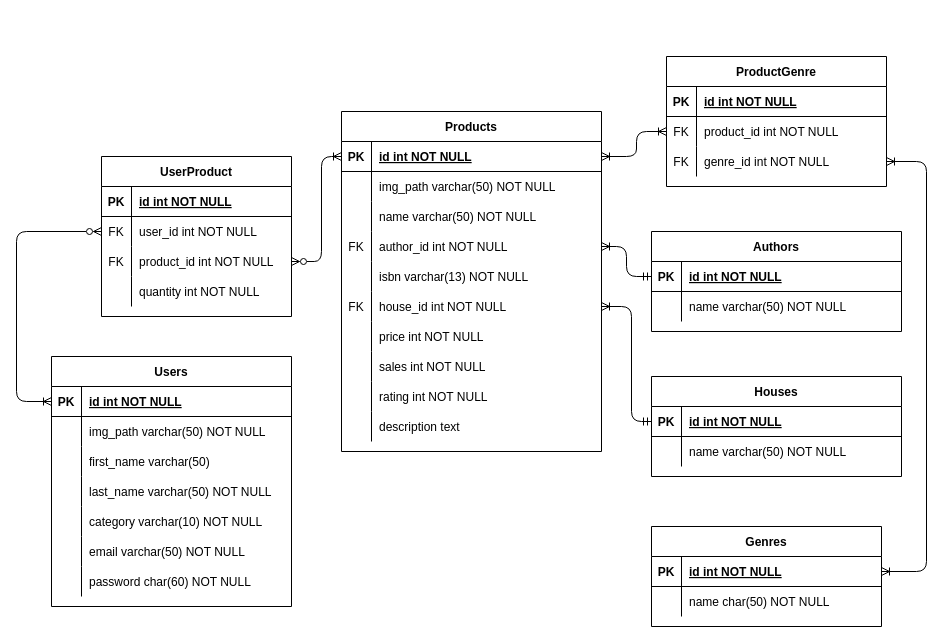
Before: sql/entity-diagram.drawio in mariadelrosario98/grupo_7_LSTANDSFORLIBROS, a draw.io diagram. Source tidied: cells renumbered, new cells numbered last; positions are measured from the earlier drawing's top-left corner, leaving out a move shared by most shapes. Both pictures are drawn from the tidied source at 100%, with x=0, y=0 at pixel (-89, 46).
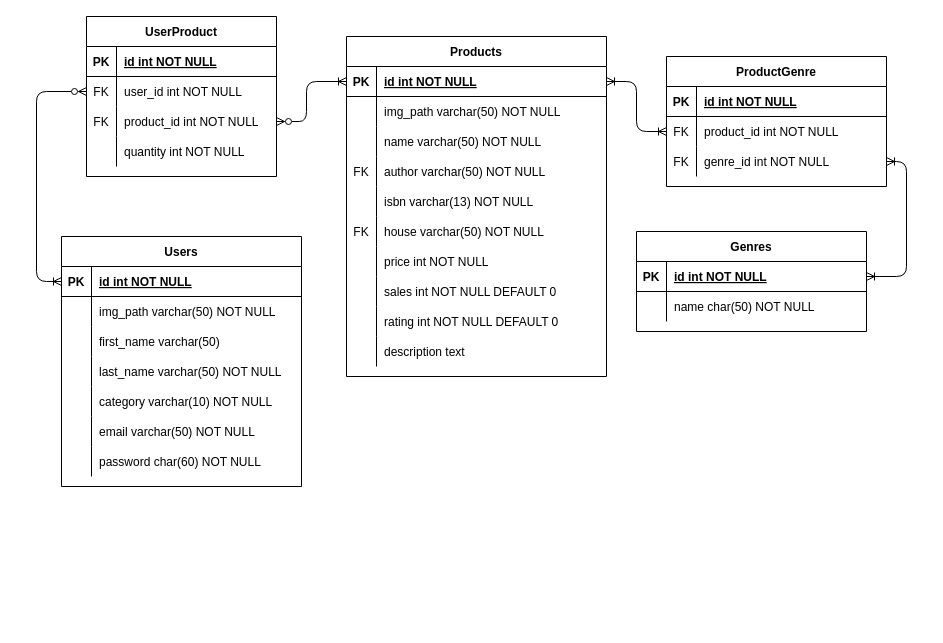
Above is the later version.

The change refers to these unchanged cells:
```xml
<mxCell id="3" style="shape=tableRow;horizontal=0;startSize=0;swimlaneHead=0;swimlaneBody=0;fillColor=none;points=[[0,0.5],[1,0.5]];portConstraint=eastwest;top=0;left=0;right=0;bottom=1;" parent="2" vertex="1">
  <mxGeometry y="30" width="240" height="30" as="geometry" />
</mxCell>
<mxCell id="32" style="shape=tableRow;horizontal=0;startSize=0;swimlaneHead=0;swimlaneBody=0;fillColor=none;points=[[0,0.5],[1,0.5]];portConstraint=eastwest;top=0;left=0;right=0;bottom=1;" parent="31" vertex="1">
  <mxGeometry y="30" width="230" height="30" as="geometry" />
</mxCell>
<mxCell id="39" style="shape=tableRow;horizontal=0;startSize=0;swimlaneHead=0;swimlaneBody=0;fillColor=none;points=[[0,0.5],[1,0.5]];portConstraint=eastwest;top=0;left=0;right=0;bottom=1;" parent="38" vertex="1">
  <mxGeometry y="30" width="260" height="30" as="geometry" />
</mxCell>
<mxCell id="48" style="shape=tableRow;horizontal=0;startSize=0;swimlaneHead=0;swimlaneBody=0;fillColor=none;points=[[0,0.5],[1,0.5]];portConstraint=eastwest;top=0;left=0;right=0;bottom=0;" parent="38" vertex="1">
  <mxGeometry y="120" width="260" height="30" as="geometry" />
</mxCell>
<mxCell id="54" style="shape=tableRow;horizontal=0;startSize=0;swimlaneHead=0;swimlaneBody=0;fillColor=none;points=[[0,0.5],[1,0.5]];portConstraint=eastwest;top=0;left=0;right=0;bottom=0;" parent="38" vertex="1">
  <mxGeometry y="180" width="260" height="30" as="geometry" />
</mxCell>
<mxCell id="60" style="shape=tableRow;horizontal=0;startSize=0;swimlaneHead=0;swimlaneBody=0;fillColor=none;top=0;left=0;right=0;bottom=0;" parent="38" vertex="1">
  <mxGeometry y="240" width="260" height="30" as="geometry" />
</mxCell>
<mxCell id="63" style="shape=tableRow;horizontal=0;startSize=0;swimlaneHead=0;swimlaneBody=0;fillColor=none;top=0;left=0;right=0;bottom=0;" parent="38" vertex="1">
  <mxGeometry y="270" width="260" height="30" as="geometry" />
</mxCell>
<mxCell id="73" style="shape=tableRow;horizontal=0;startSize=0;swimlaneHead=0;swimlaneBody=0;fillColor=none;points=[[0,0.5],[1,0.5]];portConstraint=eastwest;top=0;left=0;right=0;bottom=0;" parent="69" vertex="1">
  <mxGeometry y="60" width="190" height="30" as="geometry" />
</mxCell>
<mxCell id="76" style="shape=tableRow;horizontal=0;startSize=0;swimlaneHead=0;swimlaneBody=0;fillColor=none;points=[[0,0.5],[1,0.5]];portConstraint=eastwest;top=0;left=0;right=0;bottom=0;" parent="69" vertex="1">
  <mxGeometry y="90" width="190" height="30" as="geometry" />
</mxCell>
<mxCell id="97" style="shape=tableRow;horizontal=0;startSize=0;swimlaneHead=0;swimlaneBody=0;fillColor=none;points=[[0,0.5],[1,0.5]];portConstraint=eastwest;top=0;left=0;right=0;bottom=0;" parent="93" vertex="1">
  <mxGeometry y="60" width="220" height="30" as="geometry" />
</mxCell>
<mxCell id="100" style="shape=tableRow;horizontal=0;startSize=0;swimlaneHead=0;swimlaneBody=0;fillColor=none;points=[[0,0.5],[1,0.5]];portConstraint=eastwest;top=0;left=0;right=0;bottom=0;" parent="93" vertex="1">
  <mxGeometry y="90" width="220" height="30" as="geometry" />
</mxCell>
```

Change to the diagram source:
```diff
@@
     <mxCell id="2" value="Users" style="shape=table;startSize=30;childLayout=tableLayout;rowLines=0;fontStyle=1;align=center;" parent="1" vertex="1">
-      <mxGeometry x="140" y="310" width="240" height="250" as="geometry" />
+      <mxGeometry x="150" y="190" width="240" height="250" as="geometry" />
     </mxCell>
@@
-    <mxCell id="24" value="Authors" style="shape=table;startSize=30;childLayout=tableLayout;rowLines=0;fontStyle=1;align=center;" parent="1" vertex="1">
-      <mxGeometry x="740" y="185" width="250" height="100" as="geometry" />
-    </mxCell>
-    <mxCell id="25" style="shape=tableRow;horizontal=0;startSize=0;swimlaneHead=0;swimlaneBody=0;fillColor=none;points=[[0,0.5],[1,0.5]];portConstraint=eastwest;top=0;left=0;right=0;bottom=1;" parent="24" vertex="1">
-      <mxGeometry y="30" width="250" height="30" as="geometry" />
-    </mxCell>
-    <mxCell id="26" value="PK" style="shape=partialRectangle;overflow=hidden;fillColor=none;top=0;left=0;bottom=0;right=0;fontStyle=1;" parent="25" vertex="1">
-      <mxGeometry width="30" height="30" as="geometry" />
-    </mxCell>
-    <mxCell id="27" value="id int NOT NULL" style="shape=partialRectangle;overflow=hidden;fillColor=none;align=left;top=0;left=0;bottom=0;right=0;spacingLeft=6;fontStyle=5;" parent="25" vertex="1">
-      <mxGeometry x="30" width="220" height="30" as="geometry" />
-    </mxCell>
-    <mxCell id="28" style="shape=tableRow;horizontal=0;startSize=0;swimlaneHead=0;swimlaneBody=0;fillColor=none;top=0;left=0;right=0;bottom=0;" parent="24" vertex="1">
-      <mxGeometry y="60" width="250" height="30" as="geometry" />
-    </mxCell>
-    <mxCell id="29" style="shape=partialRectangle;overflow=hidden;fillColor=none;top=0;left=0;bottom=0;right=0;" parent="28" vertex="1">
-      <mxGeometry width="30" height="30" as="geometry" />
-    </mxCell>
-    <mxCell id="30" value="name varchar(50) NOT NULL" style="shape=partialRectangle;overflow=hidden;fillColor=none;align=left;top=0;left=0;bottom=0;right=0;spacingLeft=6;" parent="28" vertex="1">
-      <mxGeometry x="30" width="220" height="30" as="geometry" />
-    </mxCell>
     <mxCell id="31" value="Genres" style="shape=table;startSize=30;childLayout=tableLayout;rowLines=0;fontStyle=1;align=center;" parent="1" vertex="1">
-      <mxGeometry x="740" y="480" width="230" height="100" as="geometry" />
+      <mxGeometry x="725" y="185" width="230" height="100" as="geometry" />
     </mxCell>
@@
     <mxCell id="38" value="Products" style="shape=table;startSize=30;childLayout=tableLayout;rowLines=0;fontStyle=1;align=center;" parent="1" vertex="1">
-      <mxGeometry x="430" y="65" width="260" height="340" as="geometry" />
+      <mxGeometry x="435" y="-10" width="260" height="340" as="geometry" />
     </mxCell>
@@
-    <mxCell id="50" value="author_id int NOT NULL" style="shape=partialRectangle;overflow=hidden;fillColor=none;align=left;top=0;left=0;bottom=0;right=0;spacingLeft=6;" parent="48" vertex="1">
+    <mxCell id="50" value="author varchar(50) NOT NULL" style="shape=partialRectangle;overflow=hidden;fillColor=none;align=left;top=0;left=0;bottom=0;right=0;spacingLeft=6;" parent="48" vertex="1">
       <mxGeometry x="30" width="230" height="30" as="geometry" />
     </mxCell>
@@
-    <mxCell id="56" value="house_id int NOT NULL" style="shape=partialRectangle;overflow=hidden;fillColor=none;align=left;top=0;left=0;bottom=0;right=0;spacingLeft=6;" parent="54" vertex="1">
+    <mxCell id="56" value="house varchar(50) NOT NULL" style="shape=partialRectangle;overflow=hidden;fillColor=none;align=left;top=0;left=0;bottom=0;right=0;spacingLeft=6;" parent="54" vertex="1">
       <mxGeometry x="30" width="230" height="30" as="geometry" />
     </mxCell>
@@
-    <mxCell id="62" value="sales int NOT NULL" style="shape=partialRectangle;overflow=hidden;fillColor=none;align=left;top=0;left=0;bottom=0;right=0;spacingLeft=6;" parent="60" vertex="1">
+    <mxCell id="62" value="sales int NOT NULL DEFAULT 0" style="shape=partialRectangle;overflow=hidden;fillColor=none;align=left;top=0;left=0;bottom=0;right=0;spacingLeft=6;" parent="60" vertex="1">
       <mxGeometry x="30" width="230" height="30" as="geometry" />
     </mxCell>
@@
-    <mxCell id="65" value="rating int NOT NULL" style="shape=partialRectangle;overflow=hidden;fillColor=none;align=left;top=0;left=0;bottom=0;right=0;spacingLeft=6;" parent="63" vertex="1">
+    <mxCell id="65" value="rating int NOT NULL DEFAULT 0" style="shape=partialRectangle;overflow=hidden;fillColor=none;align=left;top=0;left=0;bottom=0;right=0;spacingLeft=6;" parent="63" vertex="1">
       <mxGeometry x="30" width="230" height="30" as="geometry" />
     </mxCell>
@@
     <mxCell id="69" value="UserProduct" style="shape=table;startSize=30;childLayout=tableLayout;rowLines=0;fontStyle=1;align=center;" parent="1" vertex="1">
-      <mxGeometry x="190" y="110" width="190" height="160" as="geometry" />
+      <mxGeometry x="175" y="-30" width="190" height="160" as="geometry" />
     </mxCell>
@@
-    <mxCell id="82" value="Houses" style="shape=table;startSize=30;childLayout=tableLayout;rowLines=0;fontStyle=1;align=center;" parent="1" vertex="1">
-      <mxGeometry x="740" y="330" width="250" height="100" as="geometry" />
-    </mxCell>
-    <mxCell id="83" style="shape=tableRow;horizontal=0;startSize=0;swimlaneHead=0;swimlaneBody=0;fillColor=none;points=[[0,0.5],[1,0.5]];portConstraint=eastwest;top=0;left=0;right=0;bottom=1;" parent="82" vertex="1">
-      <mxGeometry y="30" width="250" height="30" as="geometry" />
-    </mxCell>
-    <mxCell id="84" value="PK" style="shape=partialRectangle;overflow=hidden;fillColor=none;top=0;left=0;bottom=0;right=0;fontStyle=1;" parent="83" vertex="1">
-      <mxGeometry width="30" height="30" as="geometry" />
-    </mxCell>
-    <mxCell id="85" value="id int NOT NULL " style="shape=partialRectangle;overflow=hidden;fillColor=none;align=left;top=0;left=0;bottom=0;right=0;spacingLeft=6;fontStyle=5;" parent="83" vertex="1">
-      <mxGeometry x="30" width="220" height="30" as="geometry" />
-    </mxCell>
-    <mxCell id="86" style="shape=tableRow;horizontal=0;startSize=0;swimlaneHead=0;swimlaneBody=0;fillColor=none;top=0;left=0;right=0;bottom=0;" parent="82" vertex="1">
-      <mxGeometry y="60" width="250" height="30" as="geometry" />
-    </mxCell>
-    <mxCell id="87" style="shape=partialRectangle;overflow=hidden;fillColor=none;top=0;left=0;bottom=0;right=0;" parent="86" vertex="1">
-      <mxGeometry width="30" height="30" as="geometry" />
-    </mxCell>
-    <mxCell id="88" value="name varchar(50) NOT NULL" style="shape=partialRectangle;overflow=hidden;fillColor=none;align=left;top=0;left=0;bottom=0;right=0;spacingLeft=6;" parent="86" vertex="1">
-      <mxGeometry x="30" width="220" height="30" as="geometry" />
-    </mxCell>
     <mxCell id="89" style="edgeStyle=elbowEdgeStyle;fontSize=12;html=1;endArrow=ERoneToMany;startArrow=ERzeroToMany;entryX=0;entryY=0.5;entryDx=0;entryDy=0;strokeColor=default;shadow=0;exitX=0;exitY=0.5;exitDx=0;exitDy=0;rounded=1;startFill=0;" parent="1" edge="1" source="73" target="3">
       <mxGeometry relative="1" as="geometry">
         <Array as="points">
-          <mxPoint x="105" y="270" />
+          <mxPoint x="125" y="140" />
           <mxPoint x="30" y="280" />
         </Array>
       </mxGeometry>
     </mxCell>
     <mxCell id="90" style="edgeStyle=elbowEdgeStyle;fontSize=12;html=1;endArrow=ERoneToMany;startArrow=ERzeroToMany;entryX=0;entryY=0.5;entryDx=0;entryDy=0;strokeColor=default;shadow=0;exitX=1;exitY=0.5;exitDx=0;exitDy=0;rounded=1;startFill=0;" parent="1" edge="1" source="76" target="39">
       <mxGeometry relative="1" as="geometry">
         <Array as="points">
-          <mxPoint x="410" y="180" />
+          <mxPoint x="395" y="60" />
           <mxPoint x="320" y="180" />
           <mxPoint y="290" />
         </Array>
       </mxGeometry>
     </mxCell>
-    <mxCell id="91" style="edgeStyle=elbowEdgeStyle;fontSize=12;html=1;endArrow=ERoneToMany;startArrow=ERmandOne;rounded=1;shadow=0;strokeColor=default;exitX=0;exitY=0.5;exitDx=0;exitDy=0;entryX=1;entryY=0.5;entryDx=0;entryDy=0;" parent="1" edge="1" source="25" target="48">
-      <mxGeometry relative="1" as="geometry" />
-    </mxCell>
-    <mxCell id="92" style="edgeStyle=elbowEdgeStyle;fontSize=12;html=1;endArrow=ERoneToMany;startArrow=ERmandOne;rounded=1;shadow=0;strokeColor=default;exitX=0;exitY=0.5;exitDx=0;exitDy=0;entryX=1;entryY=0.5;entryDx=0;entryDy=0;" parent="1" edge="1" source="83" target="54">
-      <mxGeometry relative="1" as="geometry">
-        <Array as="points">
-          <mxPoint x="720" y="330" />
-        </Array>
-      </mxGeometry>
-    </mxCell>
@@
     <mxCell id="103" style="edgeStyle=elbowEdgeStyle;fontSize=12;html=1;endArrow=ERoneToMany;startArrow=ERoneToMany;rounded=1;shadow=0;strokeColor=default;exitX=0;exitY=0.5;exitDx=0;exitDy=0;entryX=1;entryY=0.5;entryDx=0;entryDy=0;startFill=0;" parent="1" edge="1" source="97" target="39">
       <mxGeometry relative="1" as="geometry">
         <Array as="points">
-          <mxPoint x="725" y="110" />
+          <mxPoint x="725" y="70" />
           <mxPoint x="720" y="150" />
         </Array>
       </mxGeometry>
     </mxCell>
     <mxCell id="104" style="edgeStyle=elbowEdgeStyle;fontSize=12;html=1;endArrow=ERoneToMany;startArrow=ERoneToMany;rounded=1;shadow=0;strokeColor=default;exitX=1;exitY=0.5;exitDx=0;exitDy=0;entryX=1;entryY=0.5;entryDx=0;entryDy=0;startFill=0;" parent="1" edge="1" source="100" target="32">
       <mxGeometry relative="1" as="geometry">
         <Array as="points">
-          <mxPoint x="1015" />
+          <mxPoint x="995" y="170" />
           <mxPoint x="720" y="150" />
         </Array>
       </mxGeometry>
     </mxCell>
```
